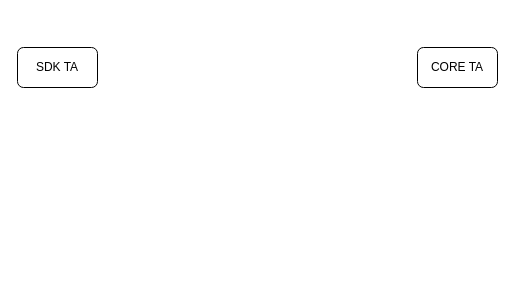
Above: WLMock.drawio in cjour/audit_logistics (draw.io), before the change. Source tidied: cells renumbered, new cells numbered last; positions are measured from the earlier drawing's top-left corner, leaving out a move shared by most shapes. Both pictures are drawn from the tidied source at 100%, with x=0, y=0 at pixel (17, 47).
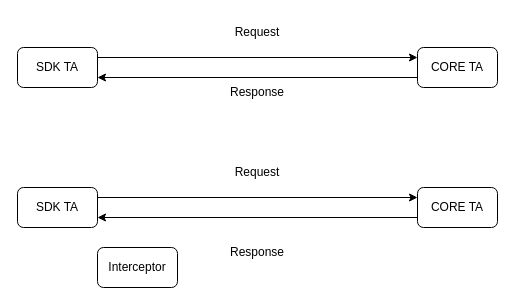
After the change.

Commit message (it also covers changes not shown here):
Mettre à jour WLMock.drawio

What changed in the source:
```diff
@@
 <mxGraphModel>
   <root>
     <mxCell id="0" />
     <mxCell id="1" parent="0" />
     <mxCell id="2" value="SDK TA" style="rounded=1;whiteSpace=wrap;html=1;" parent="1" vertex="1">
       <mxGeometry width="80" height="40" as="geometry" />
     </mxCell>
     <mxCell id="3" value="CORE TA" style="rounded=1;whiteSpace=wrap;html=1;" parent="1" vertex="1">
       <mxGeometry x="400" width="80" height="40" as="geometry" />
     </mxCell>
+    <mxCell id="4" style="endArrow=classic;html=1;rounded=0;entryX=0;entryY=0.25;entryDx=0;entryDy=0;exitX=1;exitY=0.25;exitDx=0;exitDy=0;" parent="1" edge="1" source="2" target="3">
+      <mxGeometry relative="1" as="geometry" />
+    </mxCell>
+    <mxCell id="5" style="endArrow=classic;html=1;rounded=0;entryX=1;entryY=0.75;entryDx=0;entryDy=0;exitX=0;exitY=0.75;exitDx=0;exitDy=0;" parent="1" edge="1" source="3" target="2">
+      <mxGeometry relative="1" as="geometry" />
+    </mxCell>
+    <mxCell id="6" value="Request" style="text;html=1;strokeColor=none;fillColor=none;align=center;verticalAlign=middle;whiteSpace=wrap;rounded=0;" parent="1" vertex="1">
+      <mxGeometry x="210" y="-30" width="60" height="30" as="geometry" />
+    </mxCell>
+    <mxCell id="7" value="Response" style="text;html=1;strokeColor=none;fillColor=none;align=center;verticalAlign=middle;whiteSpace=wrap;rounded=0;" parent="1" vertex="1">
+      <mxGeometry x="210" y="30" width="60" height="30" as="geometry" />
+    </mxCell>
+    <mxCell id="8" value="SDK TA" style="rounded=1;whiteSpace=wrap;html=1;" parent="1" vertex="1">
+      <mxGeometry y="140" width="80" height="40" as="geometry" />
+    </mxCell>
+    <mxCell id="9" value="CORE TA" style="rounded=1;whiteSpace=wrap;html=1;" parent="1" vertex="1">
+      <mxGeometry x="400" y="140" width="80" height="40" as="geometry" />
+    </mxCell>
+    <mxCell id="10" style="endArrow=classic;html=1;rounded=0;entryX=0;entryY=0.25;entryDx=0;entryDy=0;exitX=1;exitY=0.25;exitDx=0;exitDy=0;" parent="1" edge="1" source="8" target="9">
+      <mxGeometry relative="1" as="geometry" />
+    </mxCell>
+    <mxCell id="11" style="endArrow=classic;html=1;rounded=0;entryX=1;entryY=0.75;entryDx=0;entryDy=0;exitX=0;exitY=0.75;exitDx=0;exitDy=0;" parent="1" edge="1" source="9" target="8">
+      <mxGeometry relative="1" as="geometry" />
+    </mxCell>
+    <mxCell id="12" value="Request" style="text;html=1;strokeColor=none;fillColor=none;align=center;verticalAlign=middle;whiteSpace=wrap;rounded=0;" parent="1" vertex="1">
+      <mxGeometry x="210" y="110" width="60" height="30" as="geometry" />
+    </mxCell>
+    <mxCell id="13" value="Response" style="text;html=1;strokeColor=none;fillColor=none;align=center;verticalAlign=middle;whiteSpace=wrap;rounded=0;" parent="1" vertex="1">
+      <mxGeometry x="210" y="190" width="60" height="30" as="geometry" />
+    </mxCell>
+    <mxCell id="14" value="Interceptor" style="rounded=1;whiteSpace=wrap;html=1;" parent="1" vertex="1">
+      <mxGeometry x="80" y="200" width="80" height="40" as="geometry" />
+    </mxCell>
   </root>
 </mxGraphModel>
```
